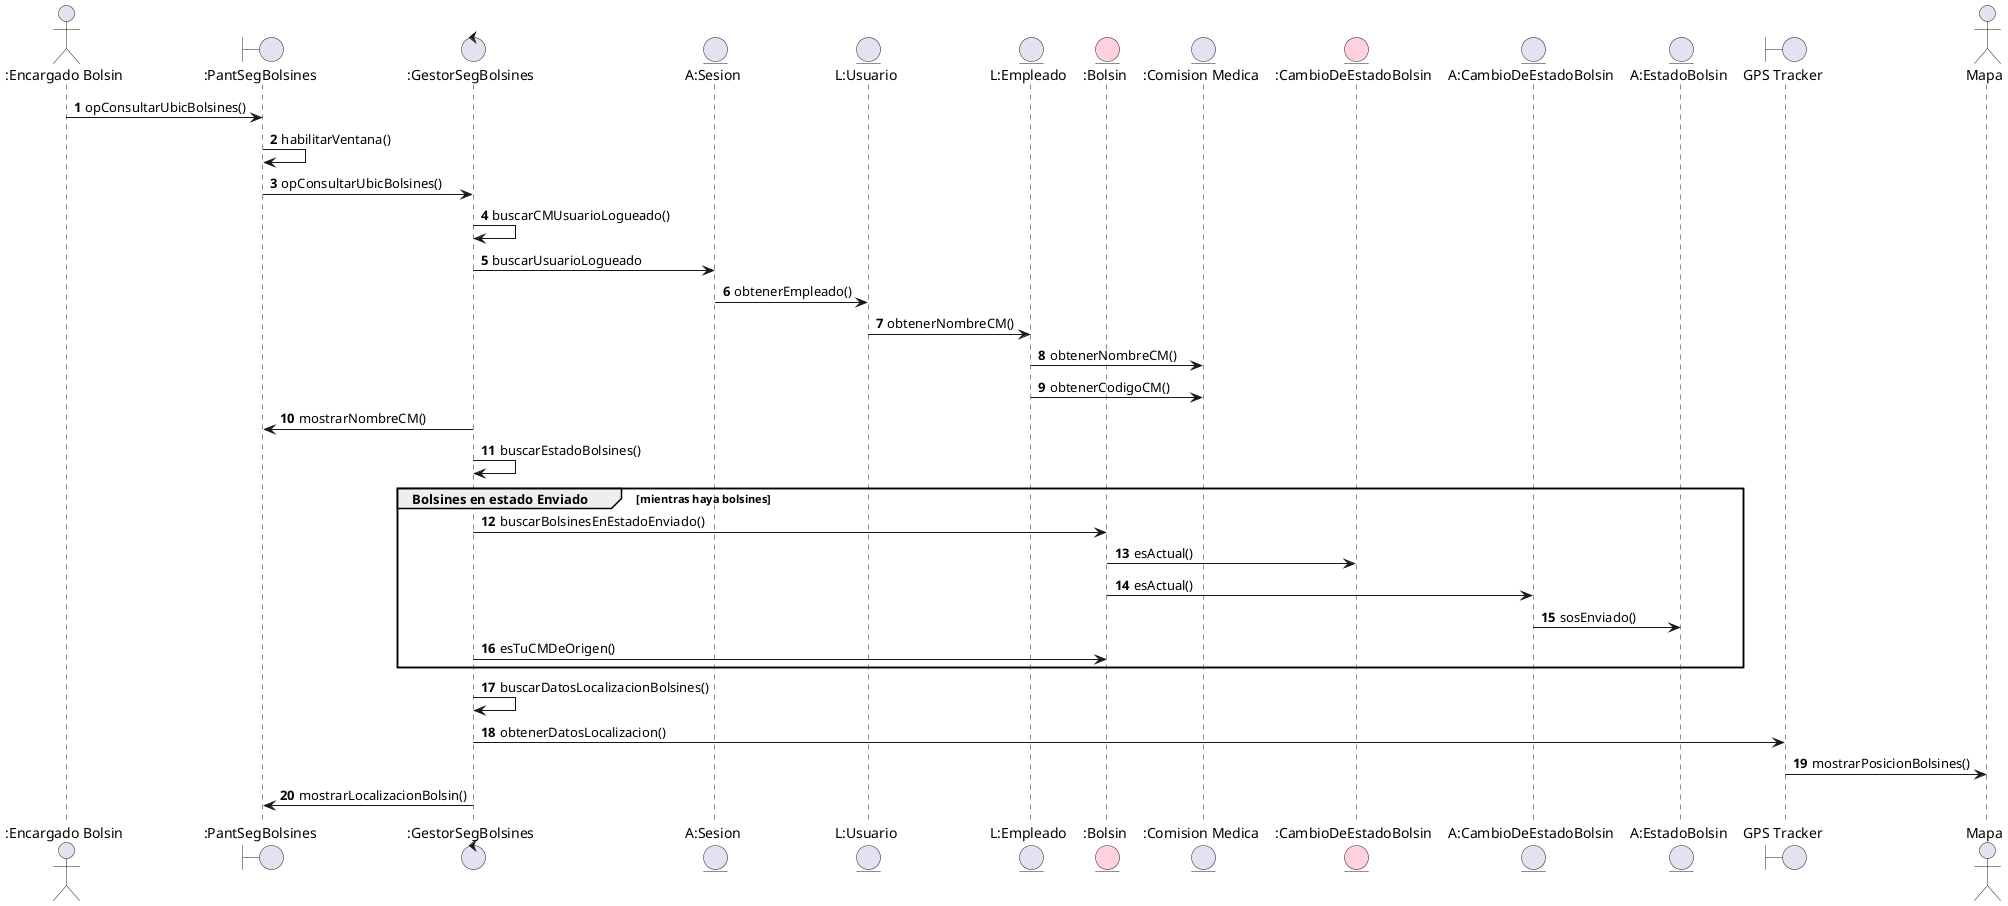
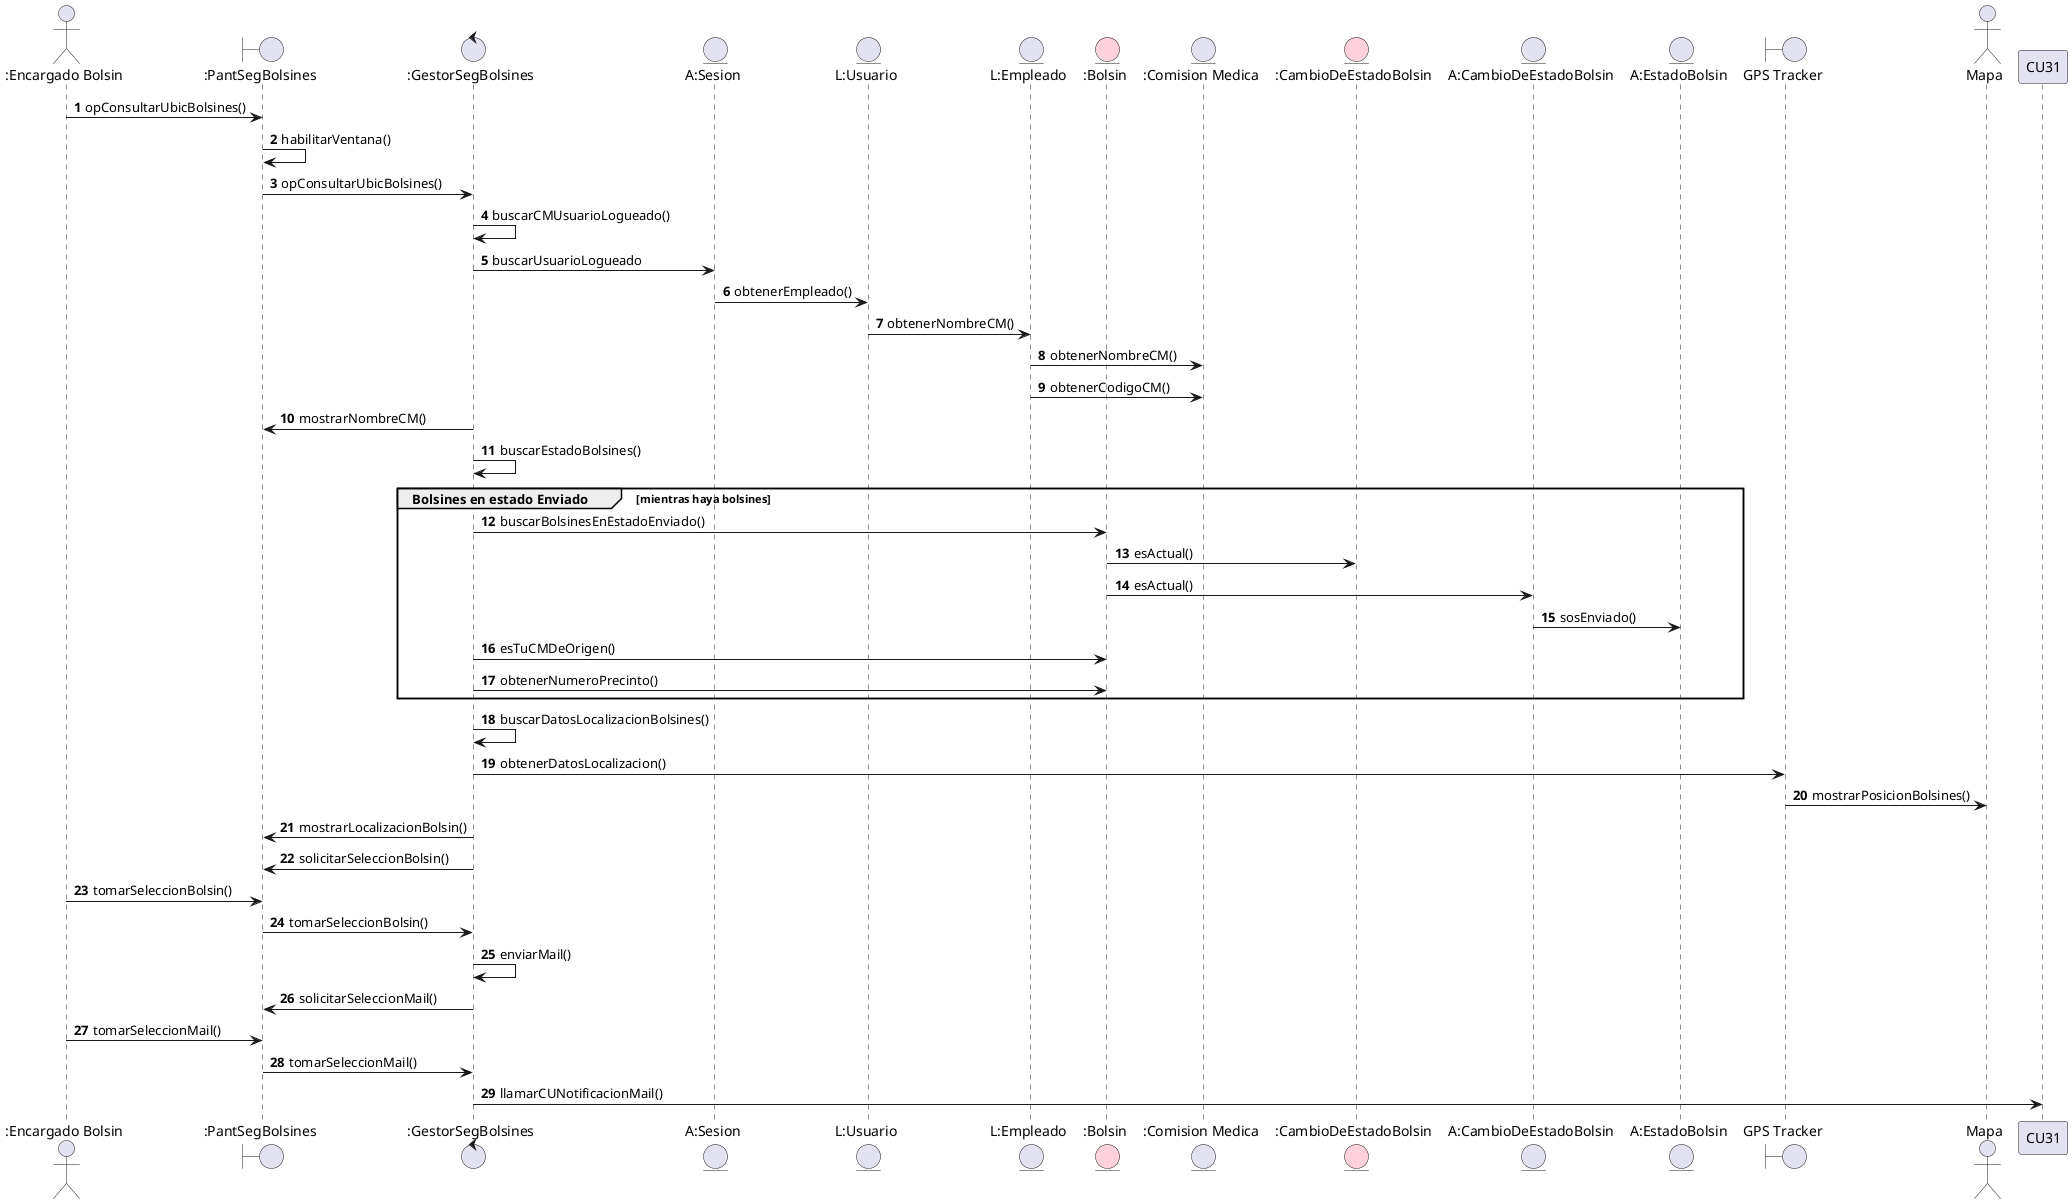
+ 
+ 'DiagramaSecuenciaCU36.plantuml

' Flujo: Búsqueda de bolsines y visualización en el mapa con GPS Tracker modelo XTR-4500L
' 1. EB: selecciona la opción para consultar la ubicación de uno o varios bolsines.
' 2. Sistema: busca y muestra la CM del usuario logueado.
' 3. Sistema: busca los bolsines en estado Enviado cuya CM origen es igual a la CM del usuario logueado.
' 4. Sistema: solicita al dispositivo GPS Tracker los datos de localización de los bolsines.
' 5. Sistema: recibe del dispositivo GPS Tracker los datos de localización de cada uno de esos bolsines (ver
' observación 1).
' 6. Sistema: muestra sobre un mapa la posición de los bolsines, habilitando la opción de seleccionar un bolsín del
' mapa o filtrar por número de precinto o CM destino.
' 7. EB: selecciona un bolsín del mapa.
' 8. Sistema: consulta si se desea enviar un correo electrónico al Gerente de Comisión Médica destino para informar
' la ubicación del Bolsín.
' 9. EB: confirma el envío del correo electrónico.
' 10. Sistema: busca la dirección de correo electrónico del GCM destino.
' 11. Sistema: para informar número de bolsín, fecha y hora de última actualización, y las coordenadas del bolsín, se
' incluye al Caso de Uso 31 Notificar ubicación de bolsín. Informa la ejecución exitosa del caso de uso 31. Fin del
' caso de uso

'IMPORTANTE NO BORRAR PLS
' NO se puede poner caracteristicas en los nombres de las entidades
'ejemplo: Usuario logueado, sesion actual. Se usa
' L:Usuario, A:Sesion, etc.
'Clase nombrada: NombreClase : Clase

@startuml test
autonumber

actor ":Encargado Bolsin" as EB
boundary ":PantSegBolsines" as P
control ":GestorSegBolsines" as G
entity "A:Sesion" as S
entity "L:Usuario" as U
entity "L:Empleado" as E

entity ":Bolsin" as B #FFD1DC
entity ":Comision Medica" as CM
entity ":CambioDeEstadoBolsin" as cEstB #FFD1DC

entity "A:CambioDeEstadoBolsin" as estAB
entity "A:EstadoBolsin" as estB

' interfaz clase fabricacion pura
boundary "GPS Tracker" as GPS
actor "Mapa" as Map
+ participant "CU31" as CU31


' 1. EB: selecciona la opción para consultar la ubicación de uno o varios bolsines.
EB -> P: opConsultarUbicBolsines()
P-> P: habilitarVentana()
P-> G: opConsultarUbicBolsines()

' 2. Sistema: busca y muestra la CM del usuario logueado.
G-> G: buscarCMUsuarioLogueado()
G -> S: buscarUsuarioLogueado
S-> U: obtenerEmpleado()
U-> E: obtenerNombreCM()
E -> CM: obtenerNombreCM()
E -> CM: obtenerCodigoCM()
G-> P: mostrarNombreCM()

' 3. Sistema: busca los bolsines en estado Enviado cuya CM origen es igual a la CM del usuario logueado.
G-> G: buscarEstadoBolsines()
group Bolsines en estado Enviado [mientras haya bolsines]
    G -> B: buscarBolsinesEnEstadoEnviado()
    B -> cEstB: esActual()
    B -> estAB: esActual()
    estAB-> estB: sosEnviado()
    G-> B: esTuCMDeOrigen()
+     G-> B: obtenerNumeroPrecinto()
end

' 4. Sistema: solicita al dispositivo GPS Tracker los datos de localización de los bolsines.
' 5. Sistema: recibe del dispositivo GPS Tracker los datos de localización de cada uno de esos bolsines
G-> G: buscarDatosLocalizacionBolsines()
G-> GPS: obtenerDatosLocalizacion()

' 6. Sistema: muestra sobre un mapa la posición de los bolsines, habilitando la opción de seleccionar un bolsín del
' mapa o filtrar por número de precinto o CM destino.
GPS-> Map: mostrarPosicionBolsines()
G-> P: mostrarLocalizacionBolsin()


+ ' 7. EB: selecciona un bolsín del mapa.
+ G->P: solicitarSeleccionBolsin()
+ EB-> P: tomarSeleccionBolsin()
+ P-> G: tomarSeleccionBolsin()
+ 
+ ' 8. Sistema: consulta si se desea enviar un correo electrónico al Gerente de Comisión Médica destino para informar
+ ' la ubicación del Bolsín.
+ G->G: enviarMail()
+ G->P: solicitarSeleccionMail()
+ EB-> P: tomarSeleccionMail()
+ P-> G: tomarSeleccionMail()
+ 
+ 'include
+ G-> CU31: llamarCUNotificacionMail()
+ 
+ ' 9. EB: confirma el envío del correo electrónico.
+ ' 10. Sistema: busca la dirección de correo electrónico del GCM destino.
+ ' 11. Sistema: para informar número de bolsín, fecha y hora de última actualización, y las coordenadas del bolsín, se
+ 
+ 
+ 
@end